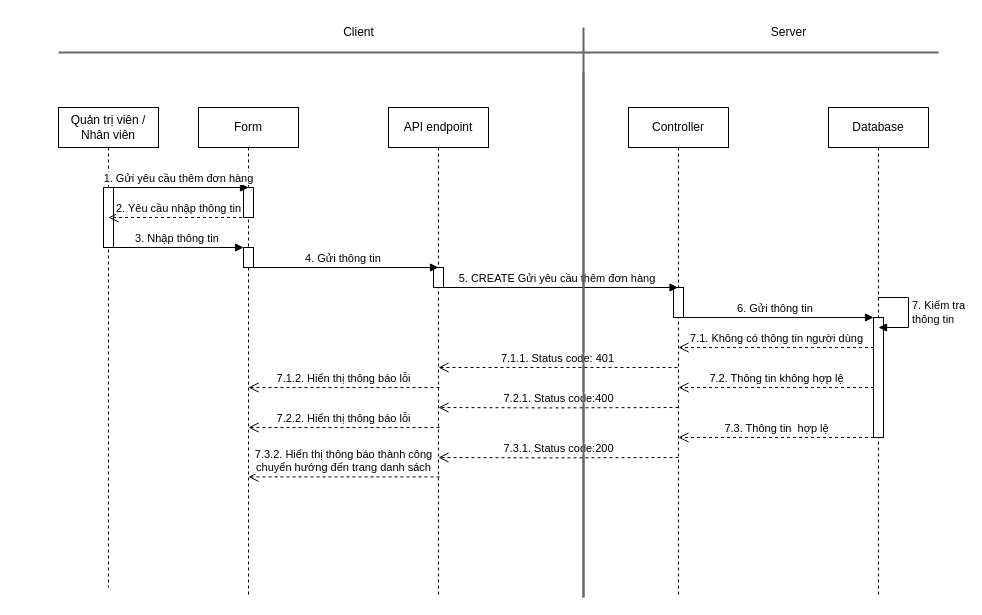
Before: page "Page-3" (3 of 4) of SD/SD_QUANLYDONHANG.drawio in hieuNV0871/da, a draw.io diagram. Source tidied: cells renumbered, new cells numbered last; positions are measured from the earlier drawing's top-left corner, leaving out a move shared by most shapes. Both pictures are drawn from the tidied source at 100%, with x=0, y=0 at pixel (58, 17).
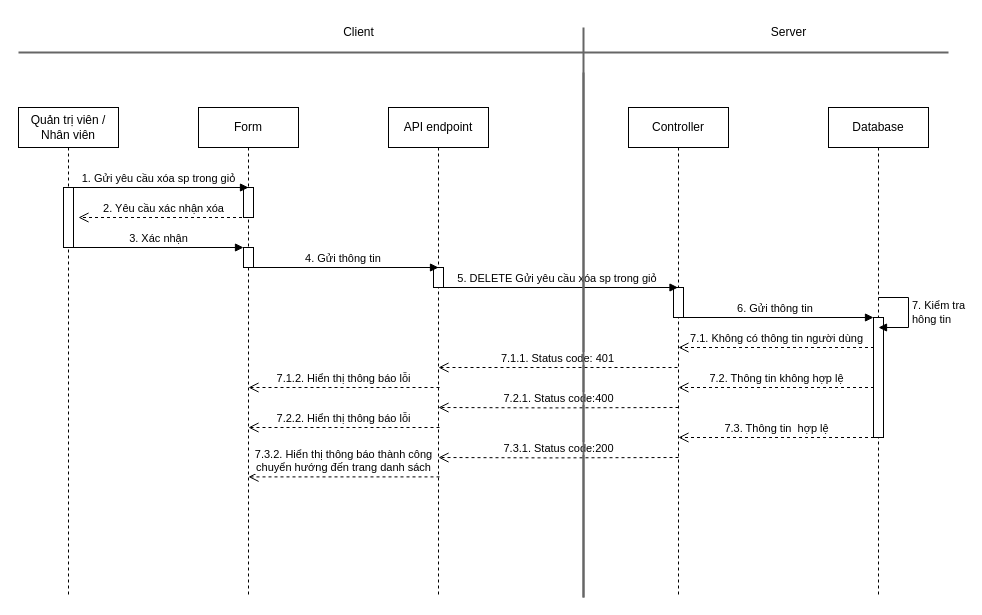
Above is the later version.

The change refers to these unchanged cells:
```xml
<mxCell id="3" style="html=1;points=[[0,0,0,0,5],[0,1,0,0,-5],[1,0,0,0,5],[1,1,0,0,-5]];perimeter=orthogonalPerimeter;outlineConnect=0;targetShapes=umlLifeline;portConstraint=eastwest;newEdgeStyle={&quot;curved&quot;:0,&quot;rounded&quot;:0};" parent="2" vertex="1">
  <mxGeometry x="45" y="80" width="10" height="60" as="geometry" />
</mxCell>
<mxCell id="6" style="html=1;points=[[0,0,0,0,5],[0,1,0,0,-5],[1,0,0,0,5],[1,1,0,0,-5]];perimeter=orthogonalPerimeter;outlineConnect=0;targetShapes=umlLifeline;portConstraint=eastwest;newEdgeStyle={&quot;curved&quot;:0,&quot;rounded&quot;:0};" parent="4" vertex="1">
  <mxGeometry x="45" y="140" width="10" height="20" as="geometry" />
</mxCell>
<mxCell id="7" value="Controller" style="shape=umlLifeline;perimeter=lifelinePerimeter;whiteSpace=wrap;html=1;outlineConnect=0;portConstraint=eastwest;newEdgeStyle={&quot;curved&quot;:0,&quot;rounded&quot;:0};" parent="1" vertex="1">
  <mxGeometry x="570" y="90" width="100" height="490" as="geometry" />
</mxCell>
```

What changed in the source:
```diff
@@
     <mxCell id="2" value="Quản trị viên / Nhân viên" style="shape=umlLifeline;perimeter=lifelinePerimeter;whiteSpace=wrap;html=1;newEdgeStyle={&quot;curved&quot;:0,&quot;rounded&quot;:0};" parent="1" vertex="1">
-      <mxGeometry y="90" width="100" height="480" as="geometry" />
+      <mxGeometry x="-40" y="90" width="100" height="490" as="geometry" />
     </mxCell>
@@
-    <mxCell id="9" value="2. Yêu cầu nhập thông tin" style="html=1;verticalAlign=bottom;endArrow=open;dashed=1;endSize=8;curved=0;rounded=0;" parent="1" edge="1">
-      <mxGeometry relative="1" as="geometry">
-        <mxPoint x="189.5" y="200" as="sourcePoint" />
-        <mxPoint x="50" y="200" as="targetPoint" />
-        <Array as="points">
-          <mxPoint x="90" y="200" />
-        </Array>
-      </mxGeometry>
-    </mxCell>
+    <mxCell id="34" value="2. Yêu cầu xác nhận xóa" style="html=1;verticalAlign=bottom;endArrow=open;dashed=1;endSize=8;curved=0;rounded=0;" parent="1" edge="1">
+      <mxGeometry relative="1" as="geometry">
+        <mxPoint x="189.5" y="200" as="sourcePoint" />
+        <mxPoint x="20" y="200" as="targetPoint" />
+        <Array as="points">
+          <mxPoint x="90" y="200" />
+        </Array>
+      </mxGeometry>
+    </mxCell>
-    <mxCell id="10" value="3. Nhập thông tin&amp;nbsp;" style="html=1;verticalAlign=bottom;endArrow=block;curved=0;rounded=0;" parent="1" edge="1" source="3" target="6">
+    <mxCell id="10" value="3. Xác nhận" style="html=1;verticalAlign=bottom;endArrow=block;curved=0;rounded=0;" parent="1" edge="1" source="3" target="6">
       <mxGeometry relative="1" as="geometry" />
     </mxCell>
-    <mxCell id="11" value="1. Gửi yêu cầu thêm đơn hàng" style="html=1;verticalAlign=bottom;endArrow=block;curved=0;rounded=0;" parent="1" edge="1">
-      <mxGeometry relative="1" as="geometry">
-        <mxPoint x="50" y="170" as="sourcePoint" />
-        <mxPoint x="190" y="170" as="targetPoint" />
-      </mxGeometry>
-    </mxCell>
-    <mxCell id="12" value="5. CREATE Gửi yêu cầu thêm đơn hàng&amp;nbsp;" style="html=1;verticalAlign=bottom;endArrow=block;curved=0;rounded=0;" parent="1" edge="1" target="7">
-      <mxGeometry relative="1" as="geometry">
-        <mxPoint x="380" y="270" as="sourcePoint" />
-      </mxGeometry>
-    </mxCell>
+    <mxCell id="35" value="1. Gửi yêu cầu xóa sp trong giỏ" style="html=1;verticalAlign=bottom;endArrow=block;curved=0;rounded=0;" parent="1" edge="1">
+      <mxGeometry relative="1" as="geometry">
+        <mxPoint x="10" y="170" as="sourcePoint" />
+        <mxPoint x="190" y="170" as="targetPoint" />
+      </mxGeometry>
+    </mxCell>
+    <mxCell id="36" value="5. DELETE Gửi yêu cầu xóa sp trong giỏ&amp;nbsp;" style="html=1;verticalAlign=bottom;endArrow=block;curved=0;rounded=0;" parent="1" edge="1" target="7">
+      <mxGeometry relative="1" as="geometry">
+        <mxPoint x="380" y="270" as="sourcePoint" />
+      </mxGeometry>
+    </mxCell>
@@
-    <mxCell id="15" style="line;strokeWidth=2;html=1;fillColor=#f5f5f5;fontColor=#333333;strokeColor=#666666;" parent="1" vertex="1">
-      <mxGeometry y="30" width="880" height="10" as="geometry" />
-    </mxCell>
+    <mxCell id="37" style="line;strokeWidth=2;html=1;fillColor=#f5f5f5;fontColor=#333333;strokeColor=#666666;" parent="1" vertex="1">
+      <mxGeometry x="-40" y="30" width="930" height="10" as="geometry" />
+    </mxCell>
@@
-    <mxCell id="22" value="7. Kiểm tra&lt;br&gt;thông tin" style="html=1;align=left;spacingLeft=2;endArrow=block;rounded=0;edgeStyle=orthogonalEdgeStyle;curved=0;rounded=0;" parent="1" edge="1">
-      <mxGeometry relative="1" as="geometry">
-        <mxPoint x="820" y="280" as="sourcePoint" />
-        <mxPoint x="820" y="310" as="targetPoint" />
-        <Array as="points">
-          <mxPoint x="850" y="310" />
-        </Array>
-      </mxGeometry>
-    </mxCell>
+    <mxCell id="38" value="7. Kiểm tra &lt;br&gt;hông tin" style="html=1;align=left;spacingLeft=2;endArrow=block;rounded=0;edgeStyle=orthogonalEdgeStyle;curved=0;rounded=0;" parent="1" edge="1">
+      <mxGeometry relative="1" as="geometry">
+        <mxPoint x="820" y="280" as="sourcePoint" />
+        <mxPoint x="820" y="310" as="targetPoint" />
+        <Array as="points">
+          <mxPoint x="850" y="310" />
+        </Array>
+      </mxGeometry>
+    </mxCell>
```
